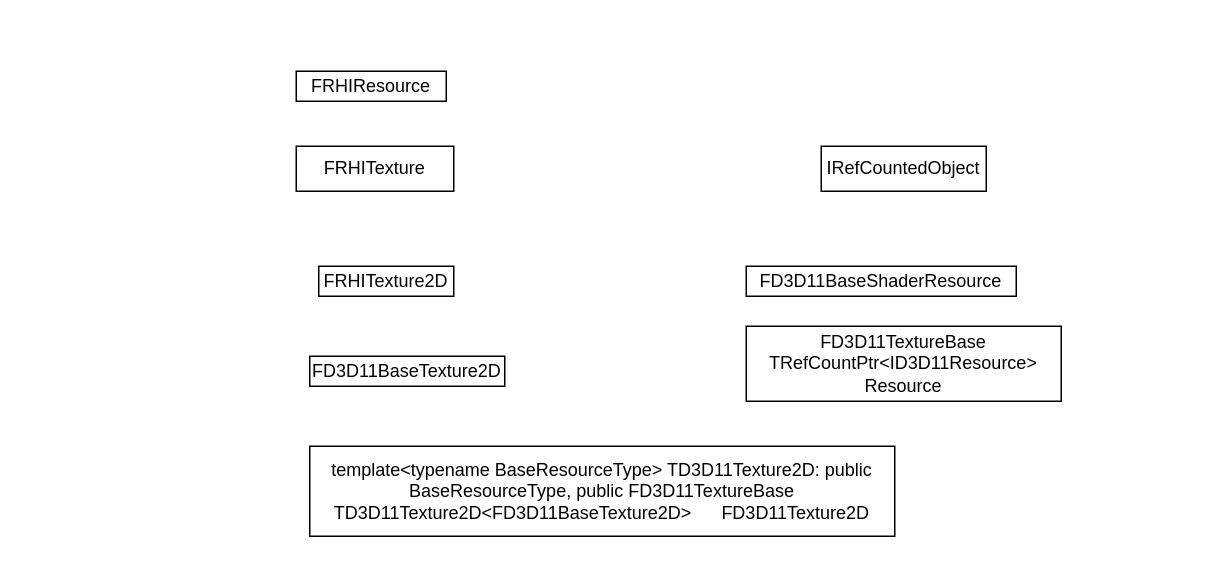
Above: page "第 1 页" (1 of 2) of FD3D11Texture2D.drawio in cedarz/UE4Gram (draw.io), before the change. Source tidied: cells renumbered, new cells numbered last; positions are measured from the earlier drawing's top-left corner, leaving out a move shared by most shapes. Both pictures are drawn from the tidied source at 150%, with x=0, y=0 at pixel (296, 70).
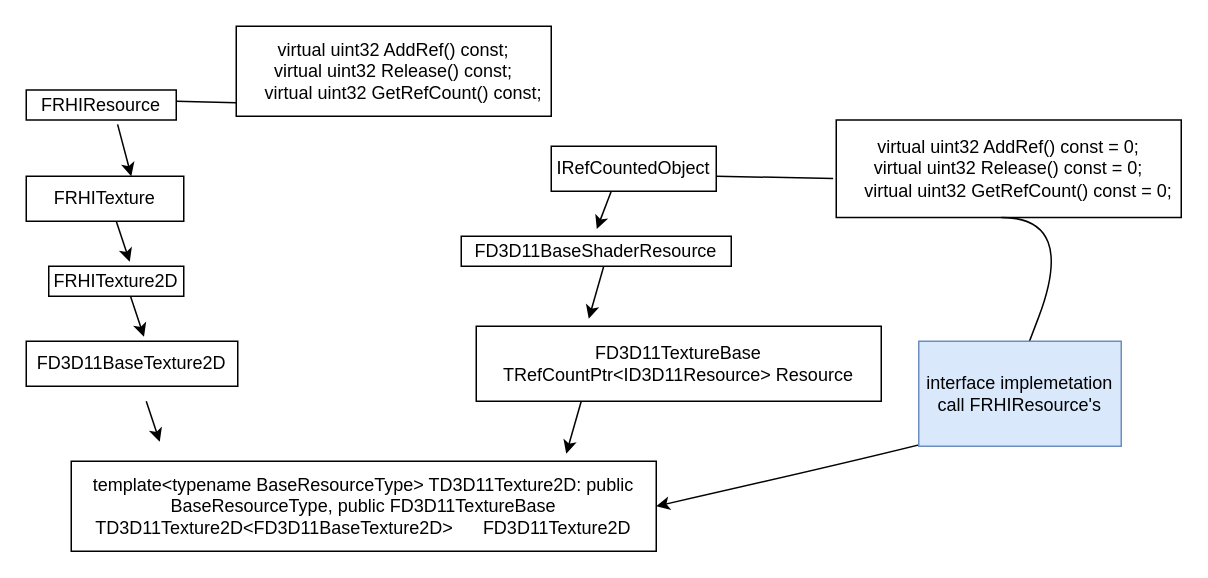
Above is the later version.

The edit, as a diff of the source:
```diff
@@
     <mxCell id="2" value="IRefCountedObject" style="html=1;whiteSpace=wrap;" parent="1" vertex="1">
-      <mxGeometry x="350" y="50" width="110" height="30" as="geometry" />
+      <mxGeometry x="170" y="50" width="110" height="30" as="geometry" />
     </mxCell>
     <mxCell id="3" value="FD3D11BaseShaderResource" style="html=1;whiteSpace=wrap;" parent="1" vertex="1">
-      <mxGeometry x="300" y="130" width="180" height="20" as="geometry" />
+      <mxGeometry x="110" y="110" width="180" height="20" as="geometry" />
     </mxCell>
     <mxCell id="4" value="FD3D11TextureBase&lt;br&gt;TRefCountPtr&amp;lt;ID3D11Resource&amp;gt; Resource" style="html=1;whiteSpace=wrap;" parent="1" vertex="1">
-      <mxGeometry x="300" y="170" width="210" height="50" as="geometry" />
+      <mxGeometry x="120" y="170" width="270" height="50" as="geometry" />
     </mxCell>
     <mxCell id="5" value="template&amp;lt;typename BaseResourceType&amp;gt; TD3D11Texture2D: public BaseResourceType, public FD3D11TextureBase&lt;br&gt;TD3D11Texture2D&amp;lt;FD3D11BaseTexture2D&amp;gt;&amp;nbsp; &amp;nbsp; &amp;nbsp; FD3D11Texture2D" style="html=1;whiteSpace=wrap;" parent="1" vertex="1">
-      <mxGeometry x="9" y="250" width="390" height="60" as="geometry" />
+      <mxGeometry x="-150" y="260" width="390" height="60" as="geometry" />
     </mxCell>
     <mxCell id="6" value="FD3D11BaseTexture2D" style="html=1;whiteSpace=wrap;" parent="1" vertex="1">
-      <mxGeometry x="9" y="190" width="130" height="20" as="geometry" />
+      <mxGeometry x="-180" y="180" width="141" height="30" as="geometry" />
     </mxCell>
     <mxCell id="7" value="FRHITexture2D" style="html=1;whiteSpace=wrap;" parent="1" vertex="1">
-      <mxGeometry x="15" y="130" width="90" height="20" as="geometry" />
+      <mxGeometry x="-165" y="130" width="90" height="20" as="geometry" />
     </mxCell>
     <mxCell id="8" value="FRHITexture" style="html=1;whiteSpace=wrap;" parent="1" vertex="1">
-      <mxGeometry y="50" width="105" height="30" as="geometry" />
+      <mxGeometry x="-180" y="70" width="105" height="30" as="geometry" />
     </mxCell>
     <mxCell id="9" value="FRHIResource" style="html=1;whiteSpace=wrap;" parent="1" vertex="1">
-      <mxGeometry width="100" height="20" as="geometry" />
+      <mxGeometry x="-180" y="12.5" width="100" height="20" as="geometry" />
     </mxCell>
+    <mxCell id="10" style="endArrow=classic;html=1;rounded=0;exitX=0.609;exitY=1.147;exitDx=0;exitDy=0;exitPerimeter=0;entryX=0.667;entryY=0;entryDx=0;entryDy=0;entryPerimeter=0;" parent="1" edge="1" source="9" target="8">
+      <mxGeometry relative="1" as="geometry" />
+    </mxCell>
+    <mxCell id="11" style="endArrow=classic;html=1;rounded=0;exitX=0.609;exitY=1.147;exitDx=0;exitDy=0;exitPerimeter=0;entryX=0.667;entryY=0;entryDx=0;entryDy=0;entryPerimeter=0;" parent="1" edge="1">
+      <mxGeometry relative="1" as="geometry">
+        <mxPoint x="-120" y="100" as="sourcePoint" />
+        <mxPoint x="-111" y="127" as="targetPoint" />
+      </mxGeometry>
+    </mxCell>
+    <mxCell id="12" style="endArrow=classic;html=1;rounded=0;exitX=0.609;exitY=1.147;exitDx=0;exitDy=0;exitPerimeter=0;entryX=0.667;entryY=0;entryDx=0;entryDy=0;entryPerimeter=0;" parent="1" edge="1">
+      <mxGeometry relative="1" as="geometry">
+        <mxPoint x="-110.5" y="150" as="sourcePoint" />
+        <mxPoint x="-101.5" y="177" as="targetPoint" />
+      </mxGeometry>
+    </mxCell>
+    <mxCell id="13" style="endArrow=classic;html=1;rounded=0;exitX=0.609;exitY=1.147;exitDx=0;exitDy=0;exitPerimeter=0;entryX=0.667;entryY=0;entryDx=0;entryDy=0;entryPerimeter=0;" parent="1" edge="1">
+      <mxGeometry relative="1" as="geometry">
+        <mxPoint x="-100" y="220" as="sourcePoint" />
+        <mxPoint x="-91" y="247" as="targetPoint" />
+      </mxGeometry>
+    </mxCell>
+    <mxCell id="14" style="endArrow=classic;html=1;rounded=0;exitX=0.609;exitY=1.147;exitDx=0;exitDy=0;exitPerimeter=0;entryX=0.502;entryY=-0.24;entryDx=0;entryDy=0;entryPerimeter=0;" parent="1" edge="1" target="3">
+      <mxGeometry relative="1" as="geometry">
+        <mxPoint x="210" y="80" as="sourcePoint" />
+      </mxGeometry>
+    </mxCell>
+    <mxCell id="15" style="endArrow=classic;html=1;rounded=0;exitX=0.609;exitY=1.147;exitDx=0;exitDy=0;exitPerimeter=0;entryX=0.502;entryY=-0.24;entryDx=0;entryDy=0;entryPerimeter=0;" parent="1" edge="1">
+      <mxGeometry relative="1" as="geometry">
+        <mxPoint x="205" y="130" as="sourcePoint" />
+        <mxPoint x="195" y="165" as="targetPoint" />
+      </mxGeometry>
+    </mxCell>
+    <mxCell id="16" style="endArrow=classic;html=1;rounded=0;exitX=0.609;exitY=1.147;exitDx=0;exitDy=0;exitPerimeter=0;entryX=0.502;entryY=-0.24;entryDx=0;entryDy=0;entryPerimeter=0;" parent="1" edge="1">
+      <mxGeometry relative="1" as="geometry">
+        <mxPoint x="190" y="220" as="sourcePoint" />
+        <mxPoint x="180" y="255" as="targetPoint" />
+      </mxGeometry>
+    </mxCell>
+    <mxCell id="17" value="&lt;div&gt;virtual uint32 AddRef() const = 0;&lt;/div&gt;&lt;div&gt;virtual uint32 Release() const = 0;&lt;span style=&quot;&quot;&gt;&lt;/span&gt;&lt;/div&gt;&lt;div&gt;&lt;span style=&quot;&quot;&gt;&lt;span style=&quot;&quot;&gt;&lt;span style=&quot;white-space: pre;&quot;&gt;&amp;nbsp;&amp;nbsp;&amp;nbsp;&amp;nbsp;&lt;/span&gt;&lt;/span&gt;virtual uint32 GetRefCount() const = 0;&lt;/span&gt;&lt;/div&gt;" style="whiteSpace=wrap;html=1;" parent="1" vertex="1">
+      <mxGeometry x="360" y="32.5" width="230" height="65" as="geometry" />
+    </mxCell>
+    <mxCell id="18" style="endArrow=none;html=1;rounded=0;entryX=-0.009;entryY=0.599;entryDx=0;entryDy=0;entryPerimeter=0;" parent="1" edge="1" target="17">
+      <mxGeometry relative="1" as="geometry">
+        <mxPoint x="280" y="70" as="sourcePoint" />
+      </mxGeometry>
+    </mxCell>
+    <mxCell id="19" style="curved=1;endArrow=classic;html=1;rounded=0;entryX=1;entryY=0.5;entryDx=0;entryDy=0;" parent="1" edge="1" target="5">
+      <mxGeometry relative="1" as="geometry">
+        <mxPoint x="470" y="97.5" as="sourcePoint" />
+        <Array as="points">
+          <mxPoint x="520" y="97.5" />
+          <mxPoint x="470" y="230" />
+          <mxPoint x="460" y="240" />
+        </Array>
+      </mxGeometry>
+    </mxCell>
+    <mxCell id="20" value="interface implemetation&lt;br&gt;call FRHIResource's" style="rounded=0;whiteSpace=wrap;html=1;fillColor=#dae8fc;strokeColor=#6c8ebf;" parent="1" vertex="1">
+      <mxGeometry x="415" y="180" width="135" height="70" as="geometry" />
+    </mxCell>
+    <mxCell id="21" value="&lt;div&gt;virtual uint32 AddRef() const;&lt;/div&gt;&lt;div&gt;virtual uint32 Release() const;&lt;span style=&quot;&quot;&gt;&lt;/span&gt;&lt;/div&gt;&lt;div&gt;&lt;span style=&quot;&quot;&gt;&lt;span style=&quot;&quot;&gt;&lt;span style=&quot;white-space: pre;&quot;&gt;&amp;nbsp;&amp;nbsp;&amp;nbsp;&amp;nbsp;&lt;/span&gt;&lt;/span&gt;virtual uint32 GetRefCount() const;&lt;/span&gt;&lt;/div&gt;" style="whiteSpace=wrap;html=1;" parent="1" vertex="1">
+      <mxGeometry x="-40" y="-30" width="210" height="60" as="geometry" />
+    </mxCell>
+    <mxCell id="22" style="endArrow=none;html=1;rounded=0;" parent="1" edge="1">
+      <mxGeometry relative="1" as="geometry">
+        <mxPoint x="-80" y="20" as="sourcePoint" />
+        <mxPoint x="-40" y="21" as="targetPoint" />
+      </mxGeometry>
+    </mxCell>
```
